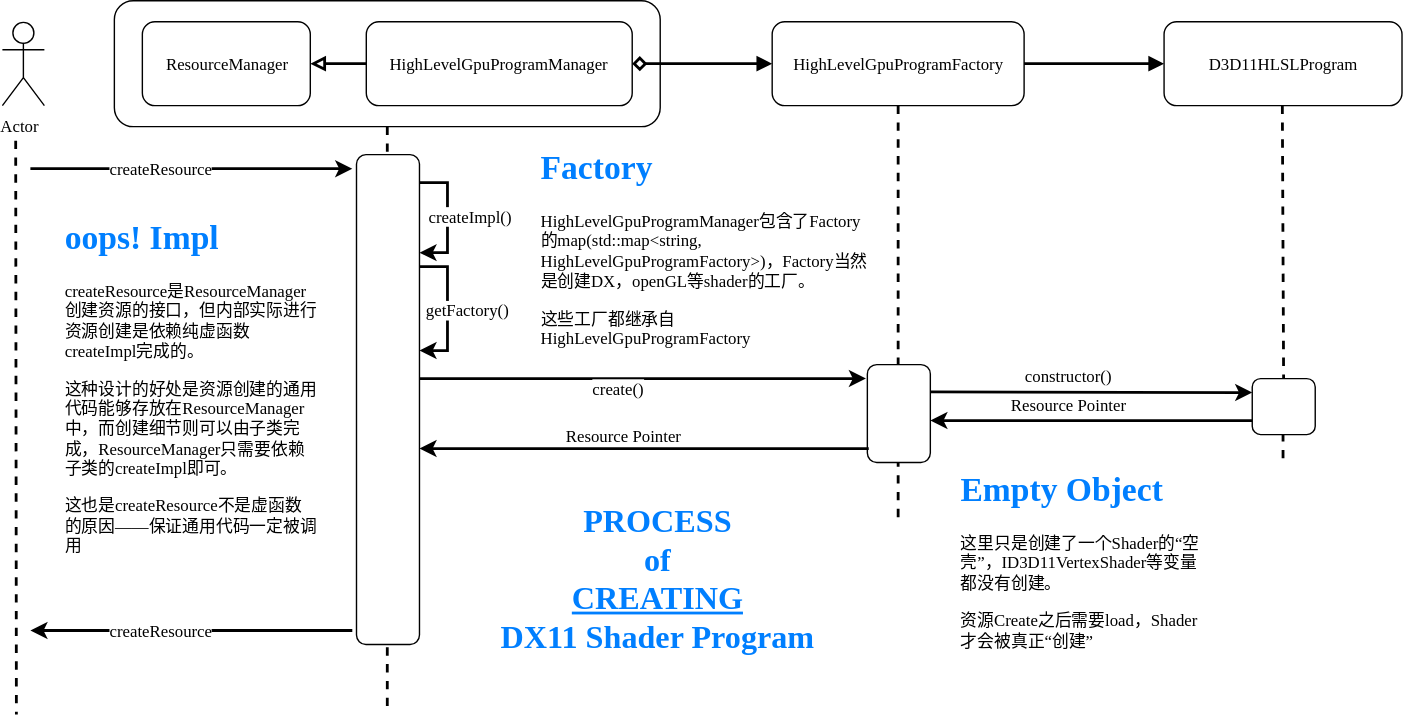
Above: AboutOGRE/diagram/ShaderResourceCreation.svg in lolanto/lolanto.github.io (draw.io), before the change. Source tidied: cells renumbered, new cells last; positions are measured from the earlier drawing's top-left corner, leaving out a move shared by most shapes.
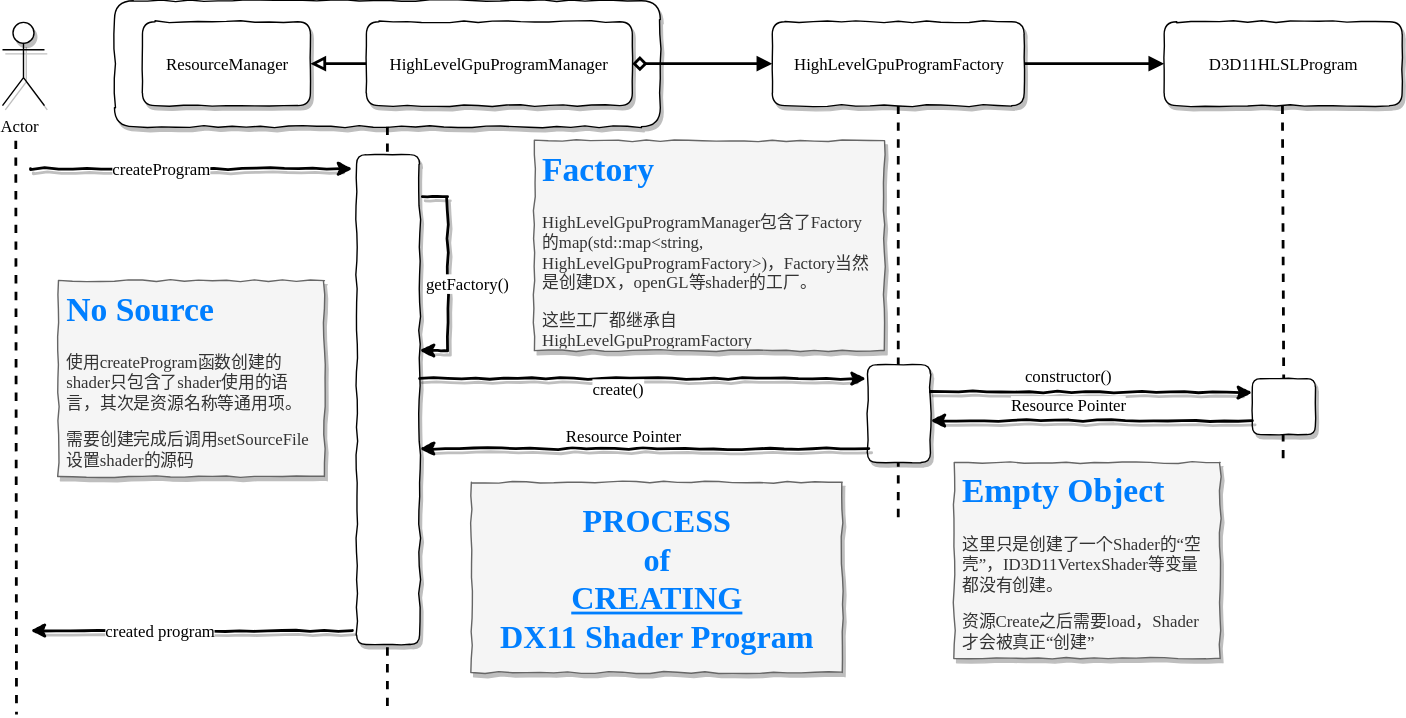
Above is the later version.

What changed in the source:
```diff
@@ -2,22 +2,22 @@
   <root>
     <mxCell id="0" />
     <mxCell id="1" parent="0" />
-    <mxCell id="2" style="group;" parent="1" vertex="1">
+    <mxCell id="2" style="group;shadow=0;" parent="1" vertex="1">
       <mxGeometry width="1000" height="500" as="geometry" />
     </mxCell>
-    <mxCell id="3" style="group;fontFamily=Comic Sans MS;" parent="2" vertex="1">
+    <mxCell id="3" style="group;fontFamily=Comic Sans MS;shadow=0;comic=0;" parent="2" vertex="1">
       <mxGeometry x="80" width="390" height="90" as="geometry" />
     </mxCell>
-    <mxCell id="4" style="rounded=1;whiteSpace=wrap;html=1;fontFamily=Comic Sans MS;" parent="3" vertex="1">
+    <mxCell id="4" style="rounded=1;whiteSpace=wrap;html=1;fontFamily=Comic Sans MS;shadow=1;comic=1;" parent="3" vertex="1">
       <mxGeometry width="390" height="90" as="geometry" />
     </mxCell>
-    <mxCell id="5" value="ResourceManager" style="rounded=1;whiteSpace=wrap;html=1;fontFamily=Comic Sans MS;" parent="3" vertex="1">
+    <mxCell id="5" value="ResourceManager" style="rounded=1;whiteSpace=wrap;html=1;fontFamily=Comic Sans MS;shadow=1;comic=1;" parent="3" vertex="1">
       <mxGeometry x="20" y="15" width="120" height="60" as="geometry" />
     </mxCell>
     <mxCell id="6" style="edgeStyle=orthogonalEdgeStyle;rounded=0;html=1;exitX=0;exitY=0.5;exitDx=0;exitDy=0;entryX=1;entryY=0.5;entryDx=0;entryDy=0;jettySize=auto;endArrow=block;endFill=0;strokeWidth=2;fontFamily=Comic Sans MS;" parent="3" edge="1" source="7" target="5">
       <mxGeometry relative="1" as="geometry" />
     </mxCell>
-    <mxCell id="7" value="HighLevelGpuProgramManager" style="rounded=1;whiteSpace=wrap;html=1;fontFamily=Comic Sans MS;" parent="3" vertex="1">
+    <mxCell id="7" value="HighLevelGpuProgramManager" style="rounded=1;whiteSpace=wrap;html=1;fontFamily=Comic Sans MS;shadow=1;comic=1;" parent="3" vertex="1">
       <mxGeometry x="180" y="15" width="190" height="60" as="geometry" />
     </mxCell>
     <mxCell id="8" style="rounded=0;html=1;exitX=0.5;exitY=1;exitDx=0;exitDy=0;dashed=1;startArrow=none;startFill=0;endArrow=none;endFill=0;jettySize=auto;strokeWidth=2;fontFamily=Comic Sans MS;" parent="2" edge="1" source="9">
@@ -25,13 +25,13 @@
         <mxPoint x="640" y="370" as="targetPoint" />
       </mxGeometry>
     </mxCell>
-    <mxCell id="9" value="HighLevelGpuProgramFactory" style="rounded=1;whiteSpace=wrap;html=1;fontFamily=Comic Sans MS;" parent="2" vertex="1">
+    <mxCell id="9" value="HighLevelGpuProgramFactory" style="rounded=1;whiteSpace=wrap;html=1;fontFamily=Comic Sans MS;shadow=1;comic=1;" parent="2" vertex="1">
       <mxGeometry x="550" y="15" width="180" height="60" as="geometry" />
     </mxCell>
     <mxCell id="10" style="edgeStyle=orthogonalEdgeStyle;rounded=0;html=1;exitX=1;exitY=0.5;exitDx=0;exitDy=0;entryX=0;entryY=0.5;entryDx=0;entryDy=0;endArrow=block;endFill=1;jettySize=auto;strokeWidth=2;fontFamily=Comic Sans MS;startArrow=diamond;startFill=0;" parent="2" edge="1" source="7" target="9">
       <mxGeometry relative="1" as="geometry" />
     </mxCell>
-    <mxCell id="11" value="D3D11HLSLProgram" style="rounded=1;whiteSpace=wrap;html=1;fontFamily=Comic Sans MS;" parent="2" vertex="1">
+    <mxCell id="11" value="D3D11HLSLProgram" style="rounded=1;whiteSpace=wrap;html=1;fontFamily=Comic Sans MS;shadow=1;comic=1;" parent="2" vertex="1">
       <mxGeometry x="830" y="15" width="170" height="60" as="geometry" />
     </mxCell>
     <mxCell id="12" style="edgeStyle=orthogonalEdgeStyle;rounded=0;html=1;exitX=1;exitY=0.5;exitDx=0;exitDy=0;entryX=0;entryY=0.5;entryDx=0;entryDy=0;startArrow=none;startFill=0;endArrow=block;endFill=1;jettySize=auto;strokeWidth=2;fontFamily=Comic Sans MS;" parent="2" edge="1" source="9" target="11">
@@ -42,40 +42,25 @@
         <mxPoint x="275" y="510" as="targetPoint" />
       </mxGeometry>
     </mxCell>
-    <mxCell id="14" style="rounded=1;whiteSpace=wrap;html=1;fontFamily=Comic Sans MS;" parent="2" vertex="1">
+    <mxCell id="14" style="rounded=1;whiteSpace=wrap;html=1;fontFamily=Comic Sans MS;comic=1;shadow=1;" parent="2" vertex="1">
       <mxGeometry x="253" y="110" width="45" height="350" as="geometry" />
     </mxCell>
-    <mxCell id="15" style="edgeStyle=orthogonalEdgeStyle;rounded=0;html=1;startArrow=none;startFill=0;endArrow=classic;endFill=1;jettySize=auto;orthogonalLoop=1;strokeWidth=2;fontFamily=Comic Sans MS;" parent="2" edge="1">
+    <mxCell id="15" style="edgeStyle=orthogonalEdgeStyle;rounded=0;html=1;startArrow=none;startFill=0;endArrow=classic;endFill=1;jettySize=auto;orthogonalLoop=1;strokeWidth=2;fontFamily=Comic Sans MS;shadow=1;comic=1;" parent="2" edge="1">
       <mxGeometry relative="1" as="geometry">
         <mxPoint x="20" y="120" as="sourcePoint" />
         <mxPoint x="250" y="120" as="targetPoint" />
       </mxGeometry>
     </mxCell>
-    <mxCell id="16" value="createResource" style="text;html=1;align=center;verticalAlign=middle;labelBackgroundColor=#ffffff;fontFamily=Comic Sans MS;" parent="15" vertex="1">
+    <mxCell id="16" value="createProgram" style="text;html=1;align=center;verticalAlign=middle;labelBackgroundColor=#ffffff;fontFamily=Comic Sans MS;" parent="15" vertex="1">
       <mxGeometry x="-0.13" y="1" relative="1" as="geometry" />
     </mxCell>
-    <mxCell id="17" value="Actor" style="shape=umlActor;verticalLabelPosition=bottom;labelBackgroundColor=#ffffff;verticalAlign=top;html=1;fontFamily=Comic Sans MS;" parent="2" vertex="1">
+    <mxCell id="17" value="Actor" style="shape=umlActor;verticalLabelPosition=bottom;labelBackgroundColor=#ffffff;verticalAlign=top;html=1;fontFamily=Comic Sans MS;shadow=1;" parent="2" vertex="1">
       <mxGeometry y="15" width="30" height="60" as="geometry" />
     </mxCell>
-    <mxCell id="18" style="edgeStyle=orthogonalEdgeStyle;rounded=0;html=1;startArrow=none;startFill=0;endArrow=classic;endFill=1;jettySize=auto;orthogonalLoop=1;strokeWidth=2;fontFamily=Comic Sans MS;" parent="2" edge="1">
-      <mxGeometry relative="1" as="geometry">
-        <mxPoint x="298" y="130" as="sourcePoint" />
-        <mxPoint x="298" y="180" as="targetPoint" />
-        <Array as="points">
-          <mxPoint x="318" y="130" />
-          <mxPoint x="318" y="180" />
-        </Array>
-      </mxGeometry>
-    </mxCell>
-    <mxCell id="19" value="createImpl()" style="text;html=1;align=center;verticalAlign=middle;labelBackgroundColor=#ffffff;fontFamily=Comic Sans MS;" parent="18" vertex="1">
-      <mxGeometry x="0.36" y="-1" relative="1" as="geometry">
-        <mxPoint x="23" y="-18" as="offset" />
-      </mxGeometry>
-    </mxCell>
-    <mxCell id="20" style="rounded=1;whiteSpace=wrap;html=1;fontFamily=Comic Sans MS;" parent="2" vertex="1">
+    <mxCell id="20" style="rounded=1;whiteSpace=wrap;html=1;fontFamily=Comic Sans MS;shadow=1;comic=1;" parent="2" vertex="1">
       <mxGeometry x="618" y="260" width="45" height="70" as="geometry" />
     </mxCell>
-    <mxCell id="21" style="endArrow=classic;html=1;strokeWidth=2;fontFamily=Comic Sans MS;entryX=-0.018;entryY=0.149;entryDx=0;entryDy=0;entryPerimeter=0;" parent="2" edge="1" target="20">
+    <mxCell id="21" style="endArrow=classic;html=1;strokeWidth=2;fontFamily=Comic Sans MS;entryX=-0.018;entryY=0.149;entryDx=0;entryDy=0;entryPerimeter=0;comic=1;shadow=1;" parent="2" edge="1" target="20">
       <mxGeometry relative="1" as="geometry">
         <mxPoint x="298" y="270" as="sourcePoint" />
       </mxGeometry>
@@ -83,12 +68,12 @@
     <mxCell id="22" value="create()" style="text;html=1;align=center;verticalAlign=middle;labelBackgroundColor=#ffffff;fontFamily=Comic Sans MS;" parent="21" vertex="1">
       <mxGeometry x="-0.09" y="-6" relative="1" as="geometry" />
     </mxCell>
-    <mxCell id="23" style="endArrow=classic;html=1;strokeWidth=2;fontFamily=Comic Sans MS;rounded=0;" parent="2" edge="1">
+    <mxCell id="23" style="endArrow=classic;html=1;strokeWidth=2;fontFamily=Comic Sans MS;rounded=0;shadow=1;comic=1;" parent="2" edge="1">
       <mxGeometry relative="1" as="geometry">
-        <mxPoint x="298" y="190" as="sourcePoint" />
+        <mxPoint x="300" y="140" as="sourcePoint" />
         <mxPoint x="298" y="250" as="targetPoint" />
         <Array as="points">
-          <mxPoint x="318" y="190" />
+          <mxPoint x="318" y="140" />
           <mxPoint x="318" y="250" />
         </Array>
       </mxGeometry>
@@ -103,7 +88,7 @@
         <mxPoint x="915" y="330" as="targetPoint" />
       </mxGeometry>
     </mxCell>
-    <mxCell id="26" style="endArrow=classic;html=1;strokeWidth=2;fontFamily=Comic Sans MS;entryX=0;entryY=0.25;entryDx=0;entryDy=0;" parent="2" edge="1" target="28">
+    <mxCell id="26" style="endArrow=classic;html=1;strokeWidth=2;fontFamily=Comic Sans MS;entryX=0;entryY=0.25;entryDx=0;entryDy=0;shadow=1;comic=1;" parent="2" edge="1" target="28">
       <mxGeometry relative="1" as="geometry">
         <mxPoint x="663" y="279.5" as="sourcePoint" />
       </mxGeometry>
@@ -113,7 +98,7 @@
         <mxPoint x="1" y="-14" as="offset" />
       </mxGeometry>
     </mxCell>
-    <mxCell id="28" style="rounded=1;whiteSpace=wrap;html=1;fontFamily=Comic Sans MS;" parent="2" vertex="1">
+    <mxCell id="28" style="rounded=1;whiteSpace=wrap;html=1;fontFamily=Comic Sans MS;shadow=1;comic=1;" parent="2" vertex="1">
       <mxGeometry x="893" y="270" width="45" height="40" as="geometry" />
     </mxCell>
     <mxCell id="29" style="rounded=0;html=1;exitX=0.5;exitY=1;exitDx=0;exitDy=0;dashed=1;startArrow=none;startFill=0;endArrow=none;endFill=0;jettySize=auto;strokeWidth=2;fontFamily=Comic Sans MS;" parent="2" edge="1" target="28">
@@ -121,7 +106,7 @@
         <mxPoint x="914.5" y="75" as="sourcePoint" />
       </mxGeometry>
     </mxCell>
-    <mxCell id="30" style="endArrow=none;html=1;strokeWidth=2;fontFamily=Comic Sans MS;endFill=0;startArrow=classic;startFill=1;entryX=0;entryY=0.75;entryDx=0;entryDy=0;" parent="2" edge="1" target="28">
+    <mxCell id="30" style="endArrow=none;html=1;strokeWidth=2;fontFamily=Comic Sans MS;endFill=0;startArrow=classic;startFill=1;entryX=0;entryY=0.75;entryDx=0;entryDy=0;shadow=1;comic=1;" parent="2" edge="1" target="28">
       <mxGeometry relative="1" as="geometry">
         <mxPoint x="663" y="300" as="sourcePoint" />
       </mxGeometry>
@@ -131,7 +116,7 @@
         <mxPoint x="1" y="-14" as="offset" />
       </mxGeometry>
     </mxCell>
-    <mxCell id="32" style="endArrow=none;html=1;strokeWidth=2;fontFamily=Comic Sans MS;endFill=0;startArrow=classic;startFill=1;entryX=0.027;entryY=0.863;entryDx=0;entryDy=0;entryPerimeter=0;" parent="2" edge="1" target="20">
+    <mxCell id="32" style="endArrow=none;html=1;strokeWidth=2;fontFamily=Comic Sans MS;endFill=0;startArrow=classic;startFill=1;entryX=0.027;entryY=0.863;entryDx=0;entryDy=0;entryPerimeter=0;comic=1;shadow=1;" parent="2" edge="1" target="20">
       <mxGeometry relative="1" as="geometry">
         <mxPoint x="298" y="320" as="sourcePoint" />
       </mxGeometry>
@@ -141,13 +126,13 @@
         <mxPoint x="5" y="-16" as="offset" />
       </mxGeometry>
     </mxCell>
-    <mxCell id="34" style="edgeStyle=orthogonalEdgeStyle;rounded=0;html=1;startArrow=classic;startFill=1;endArrow=none;endFill=0;jettySize=auto;orthogonalLoop=1;strokeWidth=2;fontFamily=Comic Sans MS;" parent="2" edge="1">
+    <mxCell id="34" style="edgeStyle=orthogonalEdgeStyle;rounded=0;html=1;startArrow=classic;startFill=1;endArrow=none;endFill=0;jettySize=auto;orthogonalLoop=1;strokeWidth=2;fontFamily=Comic Sans MS;comic=1;shadow=1;" parent="2" edge="1">
       <mxGeometry relative="1" as="geometry">
         <mxPoint x="20" y="450" as="sourcePoint" />
         <mxPoint x="250" y="450" as="targetPoint" />
       </mxGeometry>
     </mxCell>
-    <mxCell id="35" value="createResource" style="text;html=1;align=center;verticalAlign=middle;labelBackgroundColor=#ffffff;fontFamily=Comic Sans MS;" parent="34" vertex="1">
+    <mxCell id="35" value="created program" style="text;html=1;align=center;verticalAlign=middle;labelBackgroundColor=#ffffff;fontFamily=Comic Sans MS;" parent="34" vertex="1">
       <mxGeometry x="-0.13" y="1" relative="1" as="geometry" />
     </mxCell>
     <mxCell id="36" style="rounded=0;html=1;exitX=0.5;exitY=1;exitDx=0;exitDy=0;startArrow=none;startFill=0;endArrow=none;endFill=0;jettySize=auto;orthogonalLoop=1;strokeWidth=2;fontFamily=Comic Sans MS;dashed=1;" parent="2" edge="1">
@@ -156,17 +141,17 @@
         <mxPoint x="10" y="510" as="targetPoint" />
       </mxGeometry>
     </mxCell>
-    <mxCell id="37" value="&lt;h1&gt;&lt;font color=&quot;#007fff&quot; face=&quot;Comic Sans MS&quot;&gt;oops! Impl&lt;/font&gt;&lt;/h1&gt;&lt;p&gt;&lt;font face=&quot;Comic Sans MS&quot;&gt;createResource是ResourceManager创建资源的接口，但内部实际进行资源创建是依赖纯虚函数createImpl完成的。&lt;/font&gt;&lt;/p&gt;&lt;p&gt;这种设计的好处是资源创建的通用代码能够存放在ResourceManager中，而创建细节则可以由子类完成，ResourceManager只需要依赖子类的createImpl即可。&lt;/p&gt;&lt;p&gt;这也是createResource不是虚函数的原因——保证通用代码一定被调用&lt;/p&gt;" style="text;html=1;strokeColor=none;fillColor=none;spacing=5;spacingTop=-20;whiteSpace=wrap;overflow=hidden;rounded=0;fontFamily=aaa;" parent="2" vertex="1">
-      <mxGeometry x="40" y="150" width="190" height="250" as="geometry" />
-    </mxCell>
-    <mxCell id="38" value="&lt;h1&gt;&lt;font color=&quot;#007fff&quot;&gt;Factory&lt;/font&gt;&lt;/h1&gt;&lt;p&gt;HighLevelGpuProgramManager包含了Factory的map&lt;span&gt;(std::map&amp;lt;string, HighLevelGpuProgramFactory&amp;gt;)，Factory当然是创建DX，openGL等shader的工厂。&lt;/span&gt;&lt;/p&gt;&lt;p&gt;这些工厂都继承自HighLevelGpuProgramFactory&lt;/p&gt;" style="text;html=1;strokeColor=none;fillColor=none;spacing=5;spacingTop=-20;whiteSpace=wrap;overflow=hidden;rounded=0;fontFamily=Comic Sans MS;" parent="2" vertex="1">
+    <mxCell id="38" value="&lt;h1&gt;&lt;font color=&quot;#007fff&quot;&gt;Factory&lt;/font&gt;&lt;/h1&gt;&lt;p&gt;HighLevelGpuProgramManager包含了Factory的map&lt;span&gt;(std::map&amp;lt;string, HighLevelGpuProgramFactory&amp;gt;)，Factory当然是创建DX，openGL等shader的工厂。&lt;/span&gt;&lt;/p&gt;&lt;p&gt;这些工厂都继承自HighLevelGpuProgramFactory&lt;/p&gt;" style="text;html=1;strokeColor=#666666;fillColor=#f5f5f5;spacing=5;spacingTop=-20;whiteSpace=wrap;overflow=hidden;rounded=0;fontFamily=Comic Sans MS;shadow=1;comic=1;fontColor=#333333;glass=0;" parent="2" vertex="1">
       <mxGeometry x="380" y="100" width="250" height="150" as="geometry" />
     </mxCell>
-    <mxCell id="39" value="&lt;h1&gt;&lt;font color=&quot;#007fff&quot;&gt;Empty Object&lt;/font&gt;&lt;/h1&gt;&lt;p&gt;这里只是创建了一个Shader的“空壳”，ID3D11VertexShader等变量都没有创建。&lt;/p&gt;&lt;p&gt;资源Create之后需要load，Shader才会被真正“创建”&lt;/p&gt;" style="text;html=1;strokeColor=none;fillColor=none;spacing=5;spacingTop=-20;whiteSpace=wrap;overflow=hidden;rounded=0;fontFamily=Comic Sans MS;" parent="2" vertex="1">
+    <mxCell id="39" value="&lt;h1&gt;&lt;font color=&quot;#007fff&quot;&gt;Empty Object&lt;/font&gt;&lt;/h1&gt;&lt;p&gt;这里只是创建了一个Shader的“空壳”，ID3D11VertexShader等变量都没有创建。&lt;/p&gt;&lt;p&gt;资源Create之后需要load，Shader才会被真正“创建”&lt;/p&gt;" style="text;html=1;strokeColor=#666666;fillColor=#f5f5f5;spacing=5;spacingTop=-20;whiteSpace=wrap;overflow=hidden;rounded=0;fontFamily=Comic Sans MS;fontColor=#333333;shadow=1;comic=1;" parent="2" vertex="1">
       <mxGeometry x="680" y="330" width="190" height="140" as="geometry" />
     </mxCell>
-    <mxCell id="40" value="&lt;font style=&quot;font-size: 23px&quot; color=&quot;#007fff&quot;&gt;&lt;b&gt;PROCESS&lt;br&gt;of&lt;br&gt;&lt;u&gt;CREATING&lt;/u&gt;&lt;br&gt;DX11 Shader Program&lt;/b&gt;&lt;/font&gt;&lt;br&gt;" style="text;html=1;strokeColor=none;fillColor=none;align=center;verticalAlign=middle;whiteSpace=wrap;rounded=0;fontFamily=Comic Sans MS;" parent="2" vertex="1">
+    <mxCell id="40" value="&lt;font style=&quot;font-size: 23px&quot; color=&quot;#007fff&quot;&gt;&lt;b&gt;PROCESS&lt;br&gt;of&lt;br&gt;&lt;u&gt;CREATING&lt;/u&gt;&lt;br&gt;DX11 Shader Program&lt;/b&gt;&lt;/font&gt;&lt;br&gt;" style="text;html=1;strokeColor=#666666;fillColor=#f5f5f5;align=center;verticalAlign=middle;whiteSpace=wrap;rounded=0;fontFamily=Comic Sans MS;fontColor=#333333;shadow=1;comic=1;" parent="2" vertex="1">
       <mxGeometry x="335" y="344" width="265" height="136" as="geometry" />
     </mxCell>
+    <mxCell id="41" value="&lt;h1&gt;&lt;font color=&quot;#007fff&quot;&gt;No Source&lt;/font&gt;&lt;/h1&gt;&lt;p&gt;使用createProgram函数创建的shader只包含了shader使用的语言，其次是资源名称等通用项。&lt;/p&gt;&lt;p&gt;需要创建完成后调用setSourceFile设置shader的源码&lt;/p&gt;" style="text;html=1;strokeColor=#666666;fillColor=#f5f5f5;spacing=5;spacingTop=-20;whiteSpace=wrap;overflow=hidden;rounded=0;fontFamily=Comic Sans MS;shadow=1;comic=1;fontColor=#333333;" parent="2" vertex="1">
+      <mxGeometry x="40" y="200" width="190" height="140" as="geometry" />
+    </mxCell>
   </root>
 </mxGraphModel>
```
